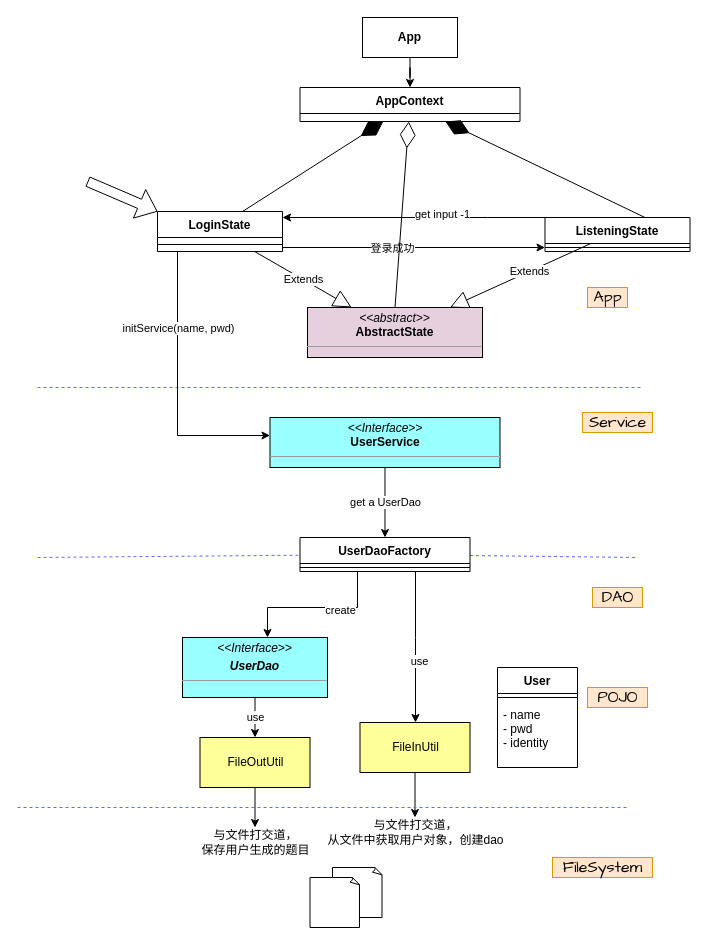
Above: Untitled Diagram.drawio in bankarian/pics (draw.io), before the change. Source tidied: cells renumbered, new cells numbered last; positions are measured from the earlier drawing's top-left corner, leaving out a move shared by most shapes. Both pictures are drawn from the tidied source at 100%, with x=0, y=0 at pixel (17, 17).
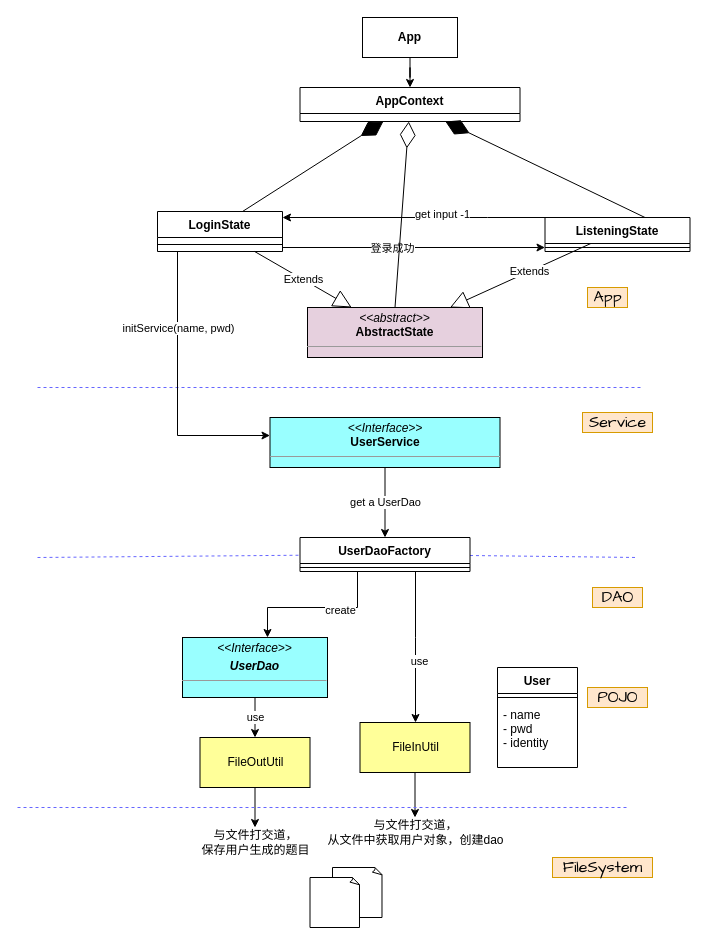
After the change.

What changed in the source:
```diff
@@
-    <mxCell id="18" style="shape=flexArrow;endArrow=classic;html=1;" parent="1" edge="1">
-      <mxGeometry relative="1" as="geometry">
-        <mxPoint x="70" y="164" as="sourcePoint" />
-        <mxPoint x="140" y="194" as="targetPoint" />
-      </mxGeometry>
-    </mxCell>
```
